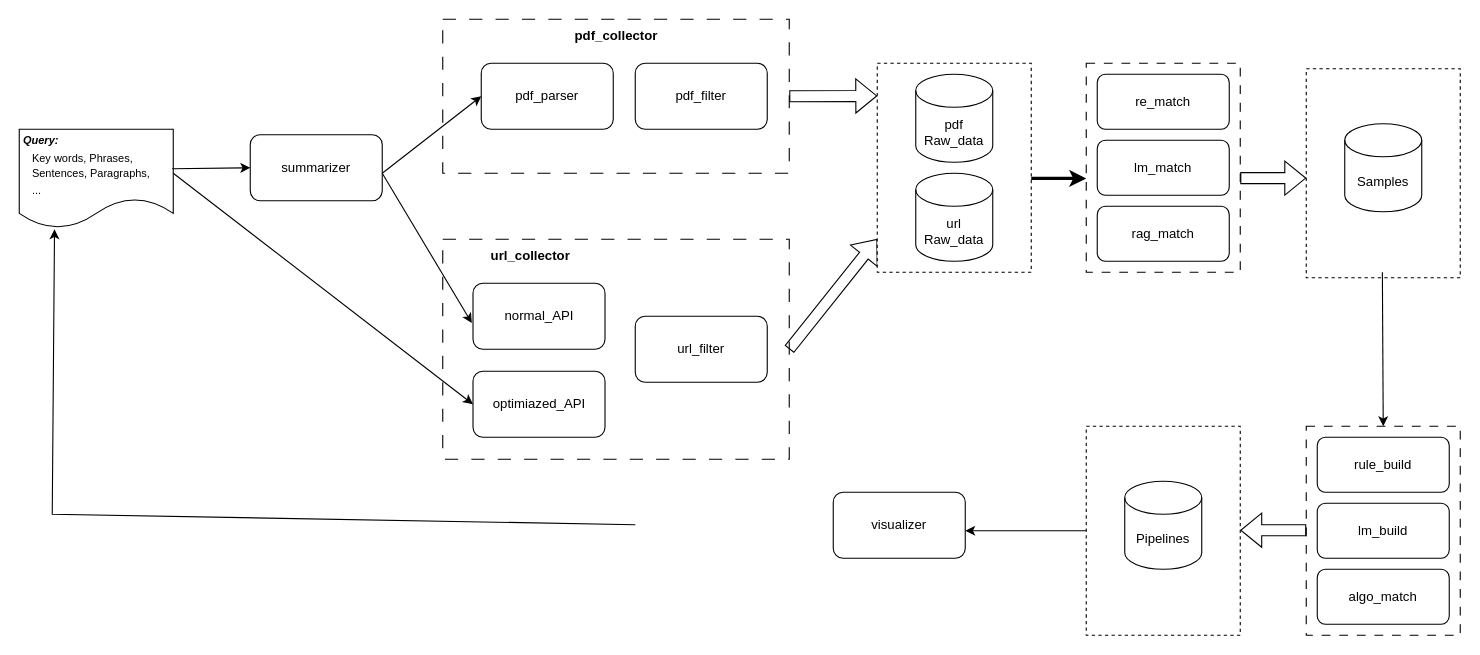
Earlier version of the draw.io diagram docs/files/data-pipeline.drawio (AgenticFinLab/FinMycelium). Source tidied: cells renumbered, new cells numbered last; positions are measured from the earlier drawing's top-left corner, leaving out a move shared by most shapes. Both pictures are drawn from the tidied source at 110%, with x=0, y=0 at pixel (19, 19).
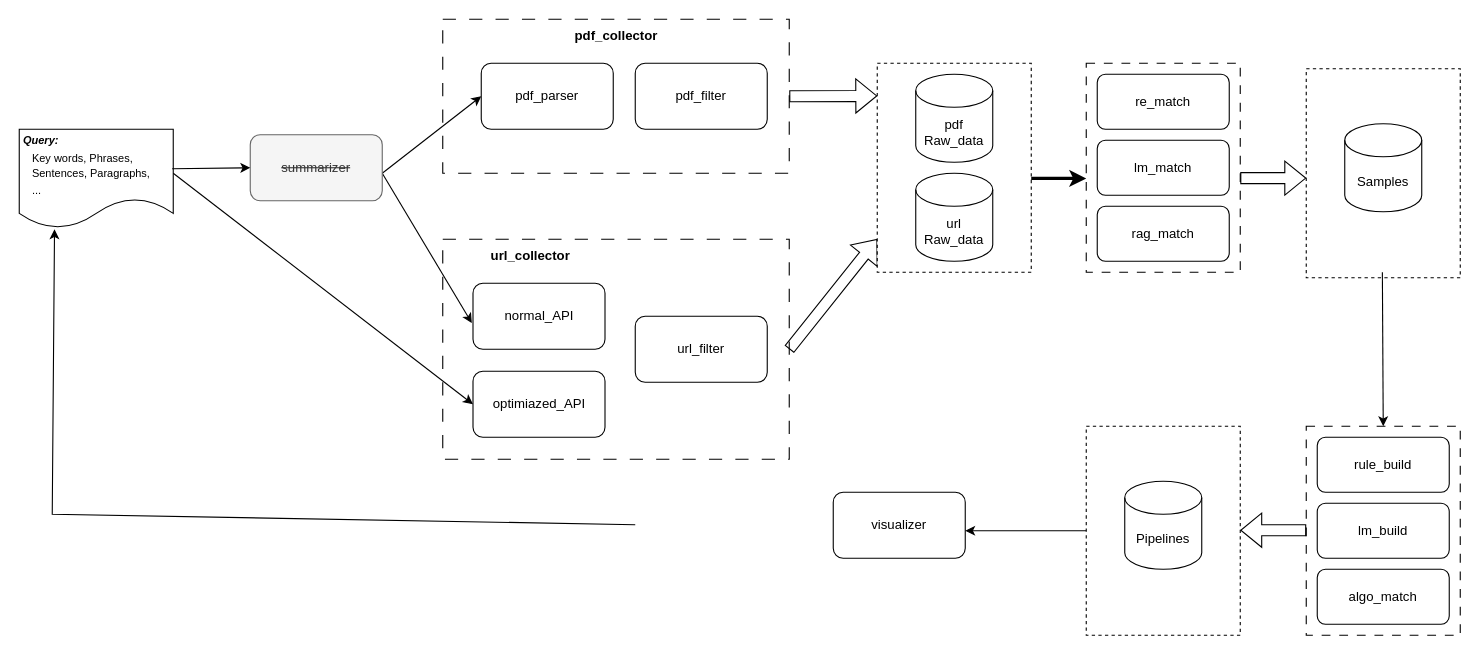
After the change.

Commit message:
feat: update the pipeline draw for summarization completion

The edit, as a diff of the source:
```diff
@@
-    <mxCell id="35" value="summarizer" style="rounded=1;whiteSpace=wrap;html=1;" parent="1" vertex="1">
+    <mxCell id="35" value="&lt;strike&gt;summarizer&lt;/strike&gt;" style="rounded=1;whiteSpace=wrap;html=1;fillColor=#f5f5f5;fontColor=#333333;strokeColor=#666666;" parent="1" vertex="1">
       <mxGeometry x="210" y="105" width="120" height="60" as="geometry" />
     </mxCell>
```
